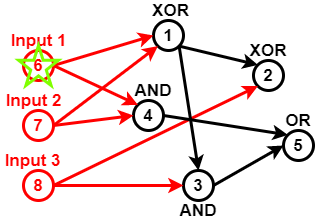
Above: Untitled Diagram.png in sara1024/-CCF201412-2-Z- (draw.io), before the change. Source tidied: cells renumbered, new cells last; positions are measured from the earlier drawing's top-left corner, leaving out a move shared by most shapes.
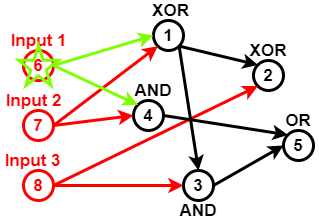
The same file after the commit.

Change to the diagram source:
```diff
@@ -14,7 +14,7 @@
     <mxCell id="5" value="1" style="ellipse;whiteSpace=wrap;html=1;strokeWidth=3;fillColor=none;fontSize=17;fontColor=#000000;fontStyle=1;" parent="1" vertex="1">
       <mxGeometry x="152" y="20" width="30" height="30" as="geometry" />
     </mxCell>
-    <mxCell id="6" style="endArrow=classic;html=1;fontSize=17;fontColor=#000000;strokeWidth=3;strokeColor=#FF0000;exitX=1;exitY=0.5;exitDx=0;exitDy=0;entryX=0;entryY=0.5;entryDx=0;entryDy=0;" parent="1" edge="1" source="2" target="5">
+    <mxCell id="6" style="endArrow=classic;html=1;fontSize=17;fontColor=#000000;strokeWidth=3;exitX=1;exitY=0.5;exitDx=0;exitDy=0;entryX=0;entryY=0.5;entryDx=0;entryDy=0;strokeColor=#80FF00;" parent="1" edge="1" source="2" target="5">
       <mxGeometry relative="1" as="geometry" />
     </mxCell>
     <mxCell id="7" style="endArrow=classic;html=1;strokeColor=#FF0000;strokeWidth=3;fontSize=17;fontColor=#000000;exitX=1;exitY=0.5;exitDx=0;exitDy=0;entryX=0;entryY=1;entryDx=0;entryDy=0;" parent="1" edge="1" source="3" target="5">
@@ -26,7 +26,7 @@
     <mxCell id="9" style="endArrow=classic;html=1;strokeColor=#FF0000;strokeWidth=3;fontSize=17;fontColor=#000000;exitX=1;exitY=0.5;exitDx=0;exitDy=0;entryX=0;entryY=0.5;entryDx=0;entryDy=0;" parent="1" edge="1" source="3" target="8">
       <mxGeometry relative="1" as="geometry" />
     </mxCell>
-    <mxCell id="10" style="endArrow=classic;html=1;strokeColor=#FF0000;strokeWidth=3;fontSize=17;fontColor=#000000;exitX=1;exitY=0.5;exitDx=0;exitDy=0;entryX=0;entryY=0;entryDx=0;entryDy=0;" parent="1" edge="1" source="2" target="8">
+    <mxCell id="10" style="endArrow=classic;html=1;strokeWidth=3;fontSize=17;fontColor=#000000;exitX=1;exitY=0.5;exitDx=0;exitDy=0;entryX=0;entryY=0;entryDx=0;entryDy=0;strokeColor=#80FF00;" parent="1" edge="1" source="2" target="8">
       <mxGeometry relative="1" as="geometry" />
     </mxCell>
     <mxCell id="11" value="3" style="ellipse;whiteSpace=wrap;html=1;strokeColor=#000000;strokeWidth=3;fillColor=none;fontSize=17;fontColor=#000000;fontStyle=1;" parent="1" vertex="1">
```
